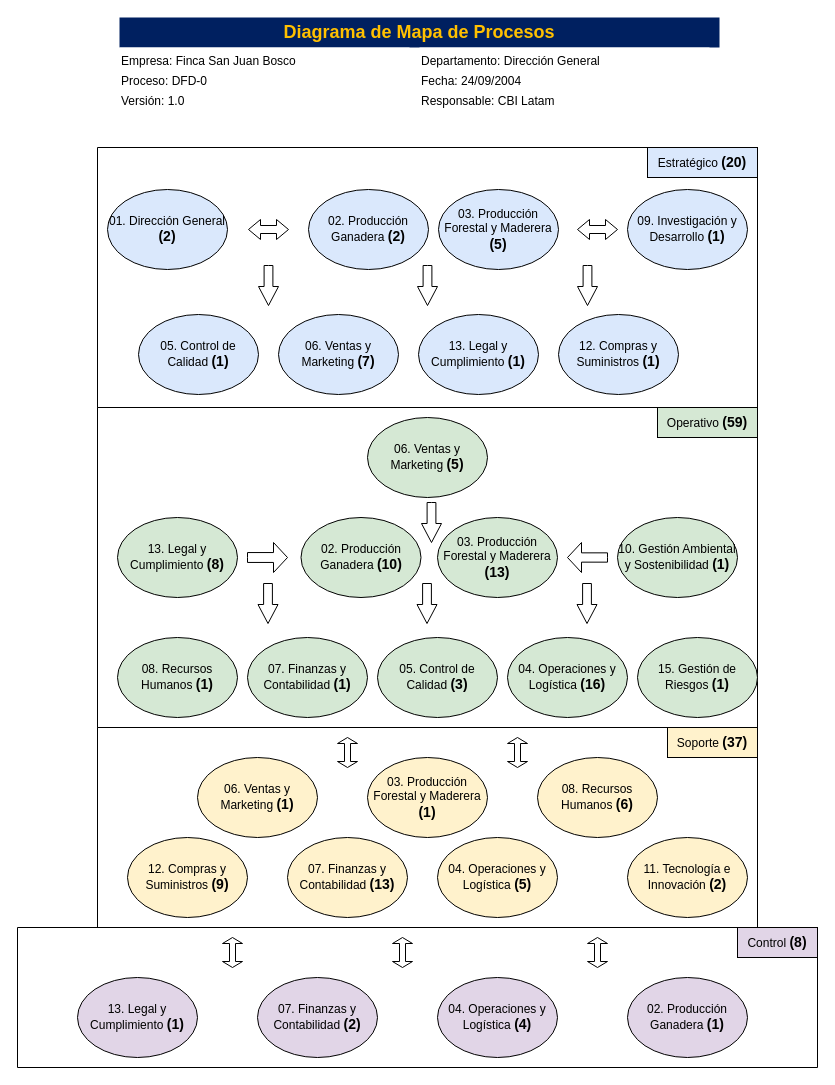
The draw.io diagram page "DFD0" (4 of 4) of Manifesto.drawio in prtigofn/Dev2.0, before the edit. Source tidied: cells renumbered, new cells numbered last; positions are measured from the earlier drawing's top-left corner, leaving out a move shared by most shapes. Both pictures are drawn from the tidied source at 100%, with x=0, y=0 at pixel (17, 17).
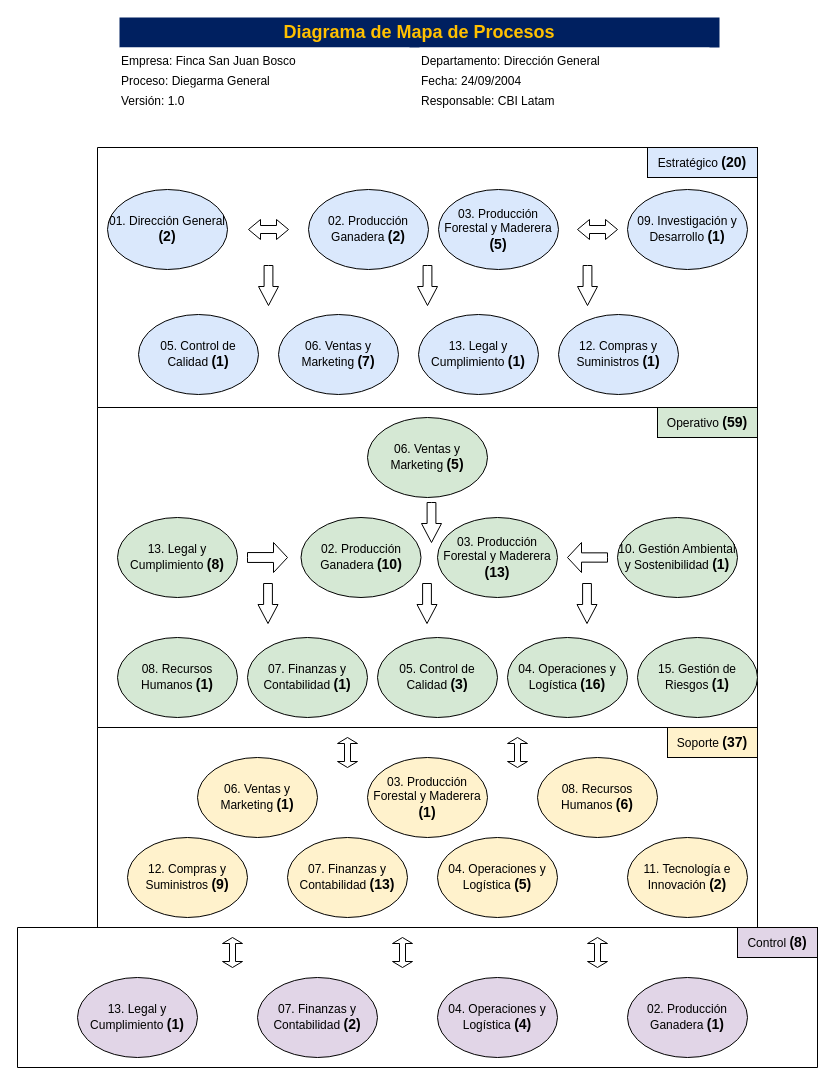
The same page after the edit.

The change refers to these unchanged cells:
```xml
<mxCell id="57" style="group;" parent="55" vertex="1">
  <mxGeometry y="30" width="600" height="50" as="geometry" />
</mxCell>
```

The edit, as a diff of the source:
```diff
@@
-    <mxCell id="60" value="Proceso: DFD-0" style="text;align=left;whiteSpace=wrap;fillColor=#ffffff;fontSize=12;fontColor=#000000;" parent="57" vertex="1">
+    <mxCell id="60" value="Proceso: Diegarma General" style="text;align=left;whiteSpace=wrap;fillColor=#ffffff;fontSize=12;fontColor=#000000;" parent="57" vertex="1">
       <mxGeometry y="20" width="290" height="20" as="geometry" />
     </mxCell>
```
